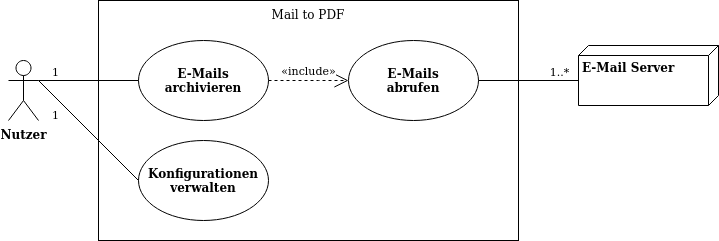
The draw.io diagram dokumentation/images/uml/anwendungsfaelle.png in morrigan-dev/mail-to-pdf, before a commit. Source tidied: cells renumbered, new cells last; positions are measured from the earlier drawing's top-left corner, leaving out a move shared by most shapes.
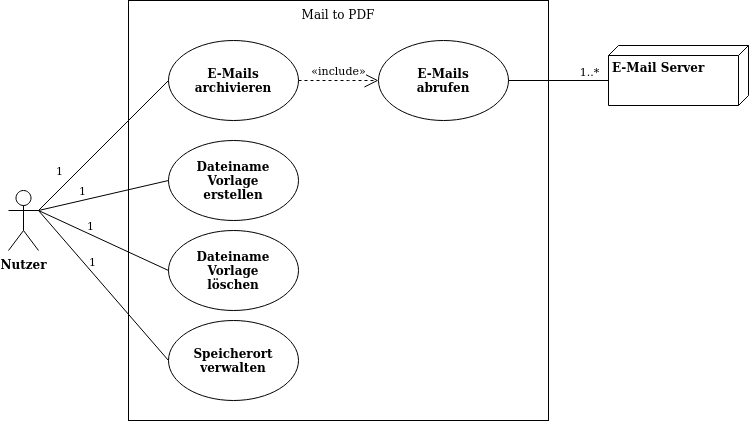
After the commit.

Change to the diagram source:
```diff
@@ -3,10 +3,10 @@
     <mxCell id="0" />
     <mxCell id="1" parent="0" />
     <mxCell id="2" value="Mail to PDF" style="rounded=0;whiteSpace=wrap;html=1;verticalAlign=top;" parent="1" vertex="1">
-      <mxGeometry x="90" width="420" height="240" as="geometry" />
+      <mxGeometry x="90" width="420" height="420" as="geometry" />
     </mxCell>
     <mxCell id="3" value="&lt;b&gt;Nutzer&lt;/b&gt;" style="shape=umlActor;verticalLabelPosition=bottom;verticalAlign=top;html=1;outlineConnect=0;" parent="1" vertex="1">
-      <mxGeometry y="60" width="30" height="60" as="geometry" />
+      <mxGeometry x="-30" y="190" width="30" height="60" as="geometry" />
     </mxCell>
     <mxCell id="4" value="&lt;b&gt;E-Mails archivieren&lt;br&gt;&lt;/b&gt;" style="ellipse;whiteSpace=wrap;html=1;" parent="1" vertex="1">
       <mxGeometry x="130" y="40" width="130" height="80" as="geometry" />
@@ -16,10 +16,10 @@
     </mxCell>
     <mxCell id="6" value="1" style="edgeLabel;html=1;align=center;verticalAlign=middle;" parent="5" vertex="1">
       <mxGeometry x="-0.18" relative="1" as="geometry">
-        <mxPoint x="-25" y="-10" as="offset" />
+        <mxPoint x="-33" y="13" as="offset" />
       </mxGeometry>
     </mxCell>
-    <mxCell id="7" value="&lt;div&gt;&lt;b&gt;Konfigurationen&lt;/b&gt;&lt;/div&gt;&lt;div&gt;&lt;b&gt;verwalten&lt;br&gt;&lt;/b&gt;&lt;/div&gt;" style="ellipse;whiteSpace=wrap;html=1;" parent="1" vertex="1">
+    <mxCell id="7" value="&lt;div&gt;&lt;b&gt;Dateiname&lt;/b&gt;&lt;/div&gt;&lt;div&gt;&lt;b&gt; Vorlage&lt;/b&gt;&lt;/div&gt;&lt;div&gt;&lt;b&gt; erstellen&lt;/b&gt;&lt;/div&gt;" style="ellipse;whiteSpace=wrap;html=1;" parent="1" vertex="1">
       <mxGeometry x="130" y="140" width="130" height="80" as="geometry" />
     </mxCell>
     <mxCell id="8" style="endArrow=none;html=1;strokeColor=#000000;exitX=1;exitY=0.3333333333333333;exitDx=0;exitDy=0;exitPerimeter=0;entryX=0;entryY=0.5;entryDx=0;entryDy=0;" parent="1" edge="1" source="3" target="7">
@@ -27,7 +27,7 @@
     </mxCell>
     <mxCell id="9" value="1" style="edgeLabel;html=1;align=center;verticalAlign=middle;" parent="8" vertex="1">
       <mxGeometry x="-0.36" y="-3" relative="1" as="geometry">
-        <mxPoint x="-12.8" as="offset" />
+        <mxPoint x="2.3" y="-13.9" as="offset" />
       </mxGeometry>
     </mxCell>
     <mxCell id="10" value="&lt;b&gt;E-Mails&lt;br&gt;abrufen&lt;br&gt;&lt;/b&gt;" style="ellipse;whiteSpace=wrap;html=1;" parent="1" vertex="1">
@@ -51,5 +51,27 @@
         <mxPoint x="20" y="-11" as="offset" />
       </mxGeometry>
     </mxCell>
+    <mxCell id="15" value="&lt;div&gt;&lt;b&gt;Dateiname&lt;/b&gt;&lt;/div&gt;&lt;div&gt;&lt;b&gt; Vorlage&lt;/b&gt;&lt;/div&gt;&lt;div&gt;&lt;b&gt;löschen&lt;/b&gt;&lt;/div&gt;" style="ellipse;whiteSpace=wrap;html=1;" parent="1" vertex="1">
+      <mxGeometry x="130" y="230" width="130" height="80" as="geometry" />
+    </mxCell>
+    <mxCell id="16" style="endArrow=none;html=1;strokeColor=#000000;exitX=1;exitY=0.3333333333333333;exitDx=0;exitDy=0;exitPerimeter=0;entryX=0;entryY=0.5;entryDx=0;entryDy=0;" parent="1" edge="1" source="3" target="15">
+      <mxGeometry relative="1" as="geometry" />
+    </mxCell>
+    <mxCell id="17" value="1" style="edgeLabel;html=1;align=center;verticalAlign=middle;" parent="16" vertex="1">
+      <mxGeometry x="-0.36" y="-3" relative="1" as="geometry">
+        <mxPoint x="11" y="-8" as="offset" />
+      </mxGeometry>
+    </mxCell>
+    <mxCell id="18" value="&lt;b&gt;Speicherort&lt;br&gt;verwalten&lt;br&gt;&lt;/b&gt;" style="ellipse;whiteSpace=wrap;html=1;" parent="1" vertex="1">
+      <mxGeometry x="130" y="320" width="130" height="80" as="geometry" />
+    </mxCell>
+    <mxCell id="19" style="endArrow=none;html=1;strokeColor=#000000;exitX=1;exitY=0.3333333333333333;exitDx=0;exitDy=0;exitPerimeter=0;entryX=0;entryY=0.5;entryDx=0;entryDy=0;" parent="1" edge="1" source="3" target="18">
+      <mxGeometry relative="1" as="geometry" />
+    </mxCell>
+    <mxCell id="20" value="1" style="edgeLabel;html=1;align=center;verticalAlign=middle;" parent="19" vertex="1">
+      <mxGeometry x="-0.36" y="-3" relative="1" as="geometry">
+        <mxPoint x="15" y="0.4" as="offset" />
+      </mxGeometry>
+    </mxCell>
   </root>
 </mxGraphModel>
```
